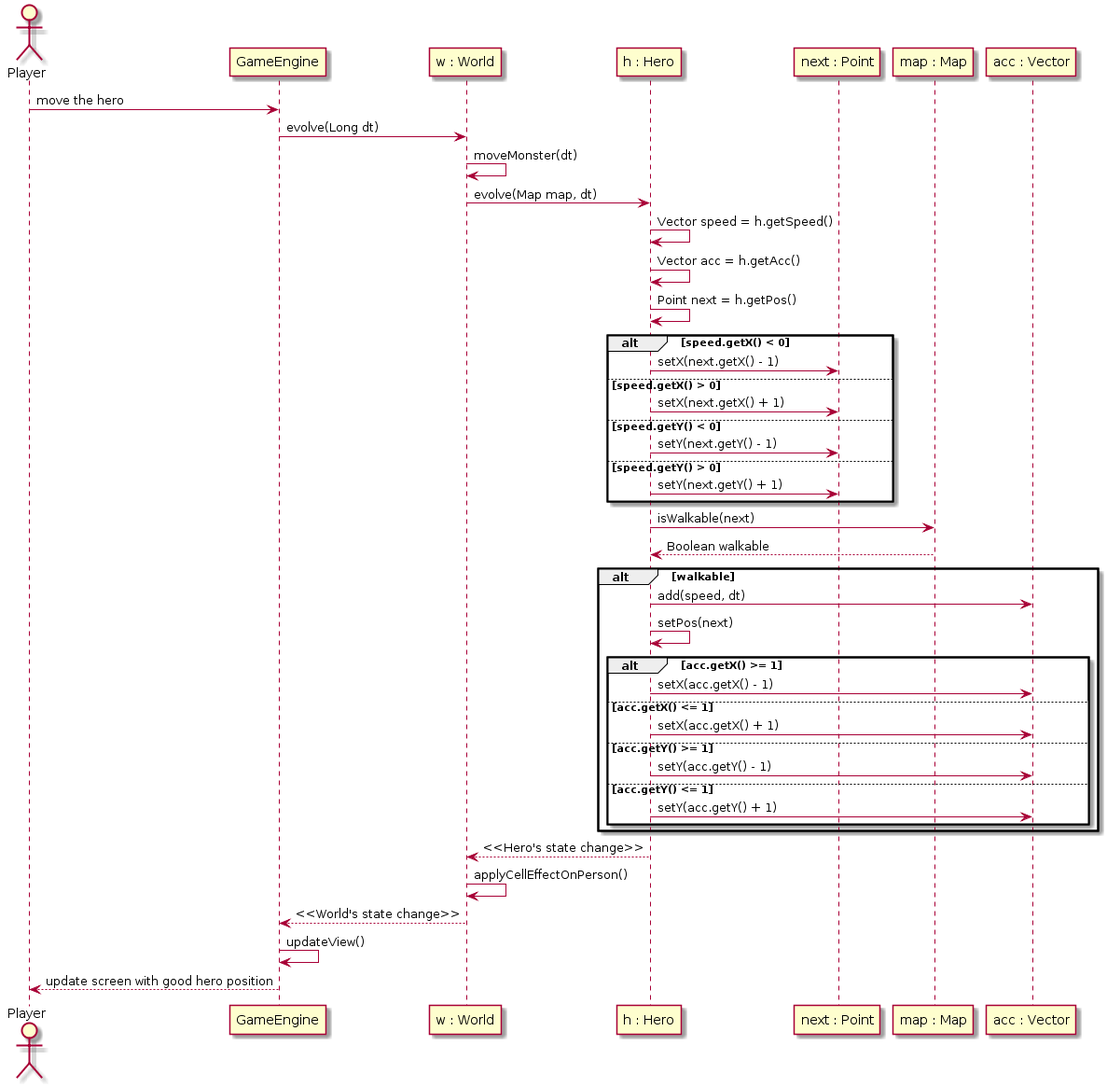
AnnYoS/ACL_2019_TLP keeps this PlantUML diagram as preparation/sprint 3/heromove.png. Above is the earlier version. The source it was exported from:
```plantuml
@startuml
actor Player

Player -> "GameEngine" : move the hero
"GameEngine" -> "w : World" : evolve(Long dt)
"w : World" -> "w : World" : moveMonster(dt)

"w : World" -> "h : Hero" : evolve(Map map, dt)
"h : Hero" -> "h : Hero" : Vector speed = h.getSpeed()
"h : Hero" -> "h : Hero" : Vector acc = h.getAcc()
"h : Hero" -> "h : Hero" : Point next = h.getPos()
alt speed.getX() < 0
    "h : Hero" -> "next : Point" : setX(next.getX() - 1)
else speed.getX() > 0
    "h : Hero" -> "next : Point" : setX(next.getX() + 1)
else speed.getY() < 0
    "h : Hero" -> "next : Point" : setY(next.getY() - 1)
else speed.getY() > 0
    "h : Hero" -> "next : Point" : setY(next.getY() + 1)
end
"h : Hero" ->"map : Map" : isWalkable(next)
"map : Map" --> "h : Hero" : Boolean walkable

alt walkable
    "h : Hero" -> "acc : Vector" : add(speed, dt)
    "h : Hero" -> "h : Hero" : setPos(next)
    alt acc.getX() >= 1
        "h : Hero" -> "acc : Vector" : setX(acc.getX() - 1)
    else acc.getX() <= 1
        "h : Hero" -> "acc : Vector" : setX(acc.getX() + 1)
    else acc.getY() >= 1
        "h : Hero" -> "acc : Vector" : setY(acc.getY() - 1)
    else acc.getY() <= 1
        "h : Hero" -> "acc : Vector" : setY(acc.getY() + 1)
    end
end
"h : Hero" --> "w : World" : <<Hero's state change>>
"w : World" -> "w : World" : applyCellEffectOnPerson()

"w : World" --> "GameEngine" : <<World's state change>>
"GameEngine" -> "GameEngine" : updateView()
"GameEngine" --> Player : update screen with good hero position
@enduml
```
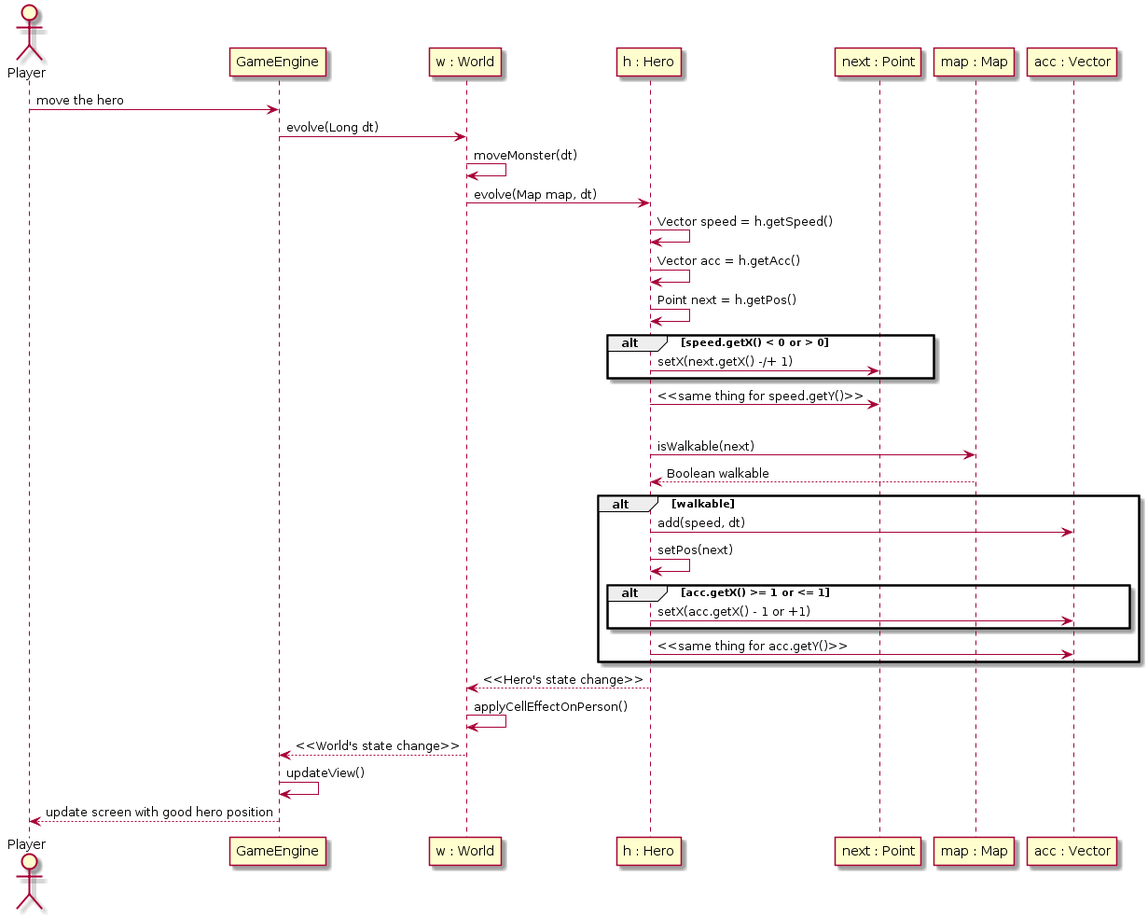
The same diagram one commit later.

Commit message:
modif des diags de sequences

The edit, as a diff of the source:
```diff
@@ -9,30 +9,21 @@
 "h : Hero" -> "h : Hero" : Vector speed = h.getSpeed()
 "h : Hero" -> "h : Hero" : Vector acc = h.getAcc()
 "h : Hero" -> "h : Hero" : Point next = h.getPos()
-alt speed.getX() < 0
-    "h : Hero" -> "next : Point" : setX(next.getX() - 1)
-else speed.getX() > 0
-    "h : Hero" -> "next : Point" : setX(next.getX() + 1)
-else speed.getY() < 0
-    "h : Hero" -> "next : Point" : setY(next.getY() - 1)
-else speed.getY() > 0
-    "h : Hero" -> "next : Point" : setY(next.getY() + 1)
+alt speed.getX() < 0 or > 0
+    "h : Hero" -> "next : Point" : setX(next.getX() -/+ 1)
 end
+"h : Hero" -> "next : Point" : <<same thing for speed.getY()>>
+|||
 "h : Hero" ->"map : Map" : isWalkable(next)
 "map : Map" --> "h : Hero" : Boolean walkable
 
 alt walkable
     "h : Hero" -> "acc : Vector" : add(speed, dt)
     "h : Hero" -> "h : Hero" : setPos(next)
-    alt acc.getX() >= 1
-        "h : Hero" -> "acc : Vector" : setX(acc.getX() - 1)
-    else acc.getX() <= 1
-        "h : Hero" -> "acc : Vector" : setX(acc.getX() + 1)
-    else acc.getY() >= 1
-        "h : Hero" -> "acc : Vector" : setY(acc.getY() - 1)
-    else acc.getY() <= 1
-        "h : Hero" -> "acc : Vector" : setY(acc.getY() + 1)
+    alt acc.getX() >= 1 or <= 1
+        "h : Hero" -> "acc : Vector" : setX(acc.getX() - 1 or +1)
     end
+    "h : Hero" -> "acc : Vector" : <<same thing for acc.getY()>>
 end
 "h : Hero" --> "w : World" : <<Hero's state change>>
 "w : World" -> "w : World" : applyCellEffectOnPerson()
```
